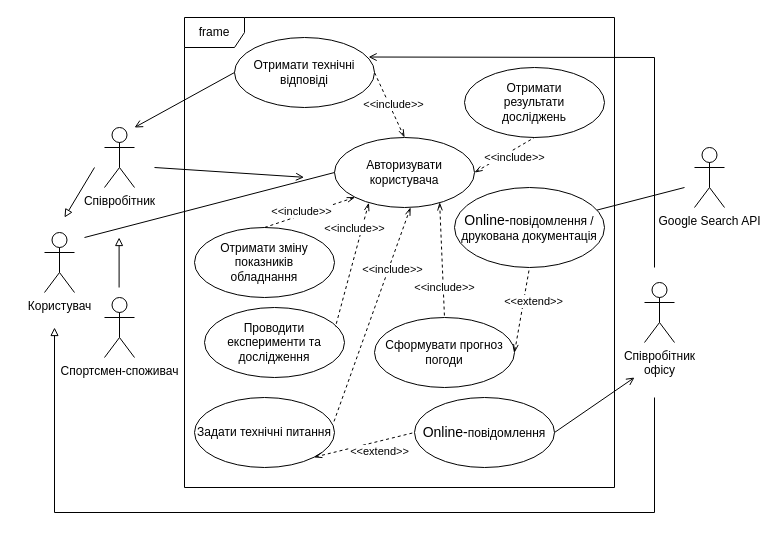
oleksandrblazhko/ai201-tsigankova keeps this draw.io diagram as 1-SoftwareRequirements/1.3-SoftwareUserRequirements/1.3.3-UseCaseDiagram/UserCase.drawio. Above is the earlier version. Source tidied: cells renumbered, new cells numbered last; positions are measured from the earlier drawing's top-left corner, leaving out a move shared by most shapes. Both pictures are drawn from the tidied source at 100%, with x=0, y=0 at pixel (44, 17).
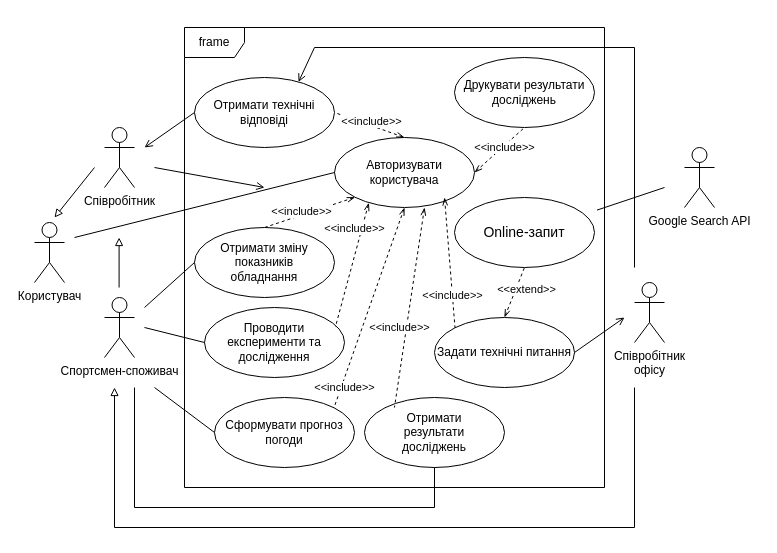
The same page after the edit.

Unchanged cells that the change refers to:
```xml
<mxCell id="5" value="Авторизувати&lt;br&gt;користувача" style="ellipse;whiteSpace=wrap;html=1;" parent="1" vertex="1">
  <mxGeometry x="290" y="120" width="140" height="70" as="geometry" />
</mxCell>
<mxCell id="10" value="Отримати зміну&lt;br&gt;показників&lt;br&gt;обладнання" style="ellipse;whiteSpace=wrap;html=1;" parent="1" vertex="1">
  <mxGeometry x="150" y="210" width="140" height="70" as="geometry" />
</mxCell>
<mxCell id="11" value="Проводити&lt;br&gt;експерименти та&lt;br&gt;дослідження" style="ellipse;whiteSpace=wrap;html=1;" parent="1" vertex="1">
  <mxGeometry x="160" y="290" width="140" height="70" as="geometry" />
</mxCell>
```

What changed in the source:
```diff
@@
     <mxCell id="2" value="frame" style="shape=umlFrame;whiteSpace=wrap;html=1;" parent="1" vertex="1">
-      <mxGeometry x="140" width="430" height="470" as="geometry" />
+      <mxGeometry x="140" y="10" width="420" height="460" as="geometry" />
     </mxCell>
-    <mxCell id="3" style="endArrow=open;shadow=0;strokeWidth=1;rounded=0;endFill=1;elbow=vertical;entryX=0.278;entryY=0.34;entryDx=0;entryDy=0;entryPerimeter=0;" parent="1" edge="1" target="2">
+    <mxCell id="3" style="endArrow=open;shadow=0;strokeWidth=1;rounded=0;endFill=1;elbow=vertical;" parent="1" edge="1">
       <mxGeometry x="0.5" y="41" relative="1" as="geometry">
         <mxPoint x="110" y="150" as="sourcePoint" />
+        <mxPoint x="220" y="170" as="targetPoint" />
         <mxPoint x="-40" y="32" as="offset" />
       </mxGeometry>
     </mxCell>
     <mxCell id="4" value="Співробітник&lt;br&gt;офісу" style="shape=umlActor;verticalLabelPosition=bottom;verticalAlign=top;html=1;" parent="1" vertex="1">
-      <mxGeometry x="600" y="265" width="30" height="60" as="geometry" />
+      <mxGeometry x="590" y="265" width="30" height="60" as="geometry" />
     </mxCell>
@@
     <mxCell id="6" value="Задати технічні питання" style="ellipse;whiteSpace=wrap;html=1;" parent="1" vertex="1">
-      <mxGeometry x="150" y="380" width="140" height="70" as="geometry" />
+      <mxGeometry x="390" y="300" width="140" height="70" as="geometry" />
     </mxCell>
@@
-    <mxCell id="8" style="endArrow=open;shadow=0;strokeWidth=1;rounded=0;endFill=1;elbow=vertical;exitX=1;exitY=0.5;exitDx=0;exitDy=0;" parent="1" edge="1" source="12">
+    <mxCell id="8" style="endArrow=open;shadow=0;strokeWidth=1;rounded=0;endFill=1;elbow=vertical;exitX=1;exitY=0.5;exitDx=0;exitDy=0;" parent="1" edge="1" source="6">
       <mxGeometry x="0.5" y="41" relative="1" as="geometry">
-        <mxPoint x="590" y="360" as="targetPoint" />
+        <mxPoint x="580" y="300" as="targetPoint" />
         <mxPoint x="-40" y="32" as="offset" />
       </mxGeometry>
     </mxCell>
@@
-    <mxCell id="12" value="&lt;span style=&quot;font-size: 14px;&quot;&gt;Online-&lt;/span&gt;повідомлення" style="ellipse;whiteSpace=wrap;html=1;" parent="1" vertex="1">
-      <mxGeometry x="370" y="380" width="140" height="70" as="geometry" />
+    <mxCell id="12" value="&lt;span style=&quot;font-size: 14px;&quot;&gt;Online-запит&lt;/span&gt;" style="ellipse;whiteSpace=wrap;html=1;" parent="1" vertex="1">
+      <mxGeometry x="410" y="180" width="140" height="70" as="geometry" />
     </mxCell>
@@
-    <mxCell id="15" value="&amp;lt;&amp;lt;include&amp;gt;&amp;gt;" style="endArrow=none;dashed=1;html=1;rounded=0;entryX=0.994;entryY=0.356;entryDx=0;entryDy=0;startArrow=openThin;startFill=0;exitX=0.543;exitY=0.999;exitDx=0;exitDy=0;exitPerimeter=0;entryPerimeter=0;" parent="1" edge="1" source="5" target="6">
-      <mxGeometry x="-0.44" y="4" relative="1" as="geometry" />
+    <mxCell id="15" value="&amp;lt;&amp;lt;include&amp;gt;&amp;gt;" style="endArrow=none;dashed=1;html=1;rounded=0;entryX=0;entryY=0;entryDx=0;entryDy=0;startArrow=openThin;startFill=0;exitX=0.786;exitY=0.857;exitDx=0;exitDy=0;exitPerimeter=0;" parent="1" edge="1" source="5" target="6">
+      <mxGeometry x="0.5" relative="1" as="geometry" />
     </mxCell>
     <mxCell id="16" value="Користувач" style="shape=umlActor;verticalLabelPosition=bottom;verticalAlign=top;html=1;" parent="1" vertex="1">
-      <mxGeometry y="215" width="30" height="60" as="geometry" />
+      <mxGeometry x="-10" y="205" width="30" height="60" as="geometry" />
     </mxCell>
     <mxCell id="17" value="Отримати технічні відповіді" style="ellipse;whiteSpace=wrap;html=1;" parent="1" vertex="1">
-      <mxGeometry x="190" y="20" width="140" height="70" as="geometry" />
+      <mxGeometry x="150" y="60" width="140" height="70" as="geometry" />
     </mxCell>
@@
     <mxCell id="19" style="endArrow=none;html=1;rounded=0;exitX=0;exitY=0.5;exitDx=0;exitDy=0;" parent="1" edge="1" source="5">
       <mxGeometry relative="1" as="geometry">
-        <mxPoint x="40" y="220" as="targetPoint" />
+        <mxPoint x="30" y="220" as="targetPoint" />
       </mxGeometry>
     </mxCell>
     <mxCell id="20" style="endArrow=open;shadow=0;strokeWidth=1;rounded=0;endFill=1;elbow=vertical;exitX=0;exitY=0.5;exitDx=0;exitDy=0;" parent="1" edge="1" source="17">
       <mxGeometry x="0.5" y="41" relative="1" as="geometry">
-        <mxPoint x="90" y="110" as="targetPoint" />
+        <mxPoint x="100" y="130" as="targetPoint" />
         <mxPoint x="-40" y="32" as="offset" />
       </mxGeometry>
     </mxCell>
     <mxCell id="21" style="endArrow=block;shadow=0;strokeWidth=1;rounded=0;endFill=0;elbow=vertical;" parent="1" edge="1">
       <mxGeometry x="0.5" y="41" relative="1" as="geometry">
         <mxPoint x="50" y="150" as="sourcePoint" />
-        <mxPoint x="20" y="200" as="targetPoint" />
+        <mxPoint x="10" y="200" as="targetPoint" />
         <mxPoint x="-40" y="32" as="offset" />
       </mxGeometry>
     </mxCell>
-    <mxCell id="22" style="endArrow=open;shadow=0;strokeWidth=1;rounded=0;endFill=1;elbow=vertical;entryX=0.958;entryY=0.279;entryDx=0;entryDy=0;entryPerimeter=0;" parent="1" edge="1" target="17">
+    <mxCell id="22" style="endArrow=open;shadow=0;strokeWidth=1;rounded=0;endFill=1;elbow=vertical;entryX=0.743;entryY=0.064;entryDx=0;entryDy=0;entryPerimeter=0;" parent="1" edge="1" target="17">
       <mxGeometry x="0.5" y="41" relative="1" as="geometry">
-        <mxPoint x="610" y="250" as="sourcePoint" />
+        <mxPoint x="590" y="250" as="sourcePoint" />
         <Array as="points">
-          <mxPoint x="610" y="40" />
+          <mxPoint x="590" y="30" />
+          <mxPoint x="270" y="30" />
         </Array>
         <mxPoint x="-40" y="32" as="offset" />
       </mxGeometry>
     </mxCell>
-    <mxCell id="23" value="&amp;lt;&amp;lt;extend&amp;gt;&amp;gt;" style="endArrow=none;dashed=1;html=1;rounded=0;startArrow=openThin;startFill=0;exitX=1;exitY=1;exitDx=0;exitDy=0;entryX=0;entryY=0.5;entryDx=0;entryDy=0;" parent="1" edge="1" source="6" target="12">
+    <mxCell id="23" value="&amp;lt;&amp;lt;extend&amp;gt;&amp;gt;" style="endArrow=none;dashed=1;html=1;rounded=0;startArrow=openThin;startFill=0;exitX=0.5;exitY=0;exitDx=0;exitDy=0;entryX=0.5;entryY=1;entryDx=0;entryDy=0;" parent="1" edge="1" source="6" target="12">
       <mxGeometry x="0.26" y="-10" relative="1" as="geometry" />
     </mxCell>
     <mxCell id="24" value="Сформувати прогноз погоди" style="ellipse;whiteSpace=wrap;html=1;" parent="1" vertex="1">
-      <mxGeometry x="330" y="300" width="140" height="70" as="geometry" />
+      <mxGeometry x="170" y="380" width="140" height="70" as="geometry" />
     </mxCell>
-    <mxCell id="25" value="&amp;lt;&amp;lt;include&amp;gt;&amp;gt;" style="endArrow=none;dashed=1;html=1;rounded=0;entryX=0.5;entryY=0;entryDx=0;entryDy=0;startArrow=openThin;startFill=0;exitX=0.751;exitY=0.927;exitDx=0;exitDy=0;exitPerimeter=0;" parent="1" edge="1" source="5" target="24">
-      <mxGeometry x="0.48" y="1" relative="1" as="geometry" />
+    <mxCell id="25" value="&amp;lt;&amp;lt;include&amp;gt;&amp;gt;" style="endArrow=none;dashed=1;html=1;rounded=0;entryX=1;entryY=0;entryDx=0;entryDy=0;startArrow=openThin;startFill=0;exitX=0.5;exitY=1;exitDx=0;exitDy=0;" parent="1" edge="1" source="5" target="24">
+      <mxGeometry x="0.79" y="3" relative="1" as="geometry" />
     </mxCell>
@@
     <mxCell id="27" style="endArrow=block;shadow=0;strokeWidth=1;rounded=0;endFill=0;elbow=vertical;" parent="1" edge="1">
       <mxGeometry x="0.5" y="41" relative="1" as="geometry">
-        <mxPoint x="610" y="380" as="sourcePoint" />
-        <mxPoint x="10" y="310" as="targetPoint" />
+        <mxPoint x="590" y="370" as="sourcePoint" />
+        <mxPoint x="70" y="370" as="targetPoint" />
         <Array as="points">
-          <mxPoint x="610" y="495" />
-          <mxPoint x="10" y="495" />
+          <mxPoint x="590" y="510" />
+          <mxPoint x="70" y="510" />
         </Array>
         <mxPoint x="-40" y="32" as="offset" />
       </mxGeometry>
     </mxCell>
-    <mxCell id="28" value="&lt;span style=&quot;font-size: 14px;&quot;&gt;Online-&lt;/span&gt;повідомлення /&lt;br&gt;друкована документація" style="ellipse;whiteSpace=wrap;html=1;" parent="1" vertex="1">
-      <mxGeometry x="410" y="170" width="150" height="80" as="geometry" />
-    </mxCell>
-    <mxCell id="29" value="&amp;lt;&amp;lt;extend&amp;gt;&amp;gt;" style="endArrow=none;dashed=1;html=1;rounded=0;startArrow=openThin;startFill=0;exitX=1;exitY=0.5;exitDx=0;exitDy=0;entryX=0.5;entryY=1;entryDx=0;entryDy=0;" parent="1" edge="1" source="24" target="28">
-      <mxGeometry x="0.26" y="-10" relative="1" as="geometry" />
-    </mxCell>
     <mxCell id="30" value="&lt;div style=&quot;text-align: left;&quot;&gt;Google Search API&lt;/div&gt;" style="shape=umlActor;verticalLabelPosition=bottom;verticalAlign=top;html=1;" parent="1" vertex="1">
-      <mxGeometry x="650" y="130" width="30" height="60" as="geometry" />
+      <mxGeometry x="640" y="130" width="30" height="60" as="geometry" />
     </mxCell>
     <mxCell id="31" value="Отримати&lt;br&gt;результати&lt;br&gt;досліджень" style="ellipse;whiteSpace=wrap;html=1;" parent="1" vertex="1">
-      <mxGeometry x="420" y="50" width="140" height="70" as="geometry" />
+      <mxGeometry x="320" y="380" width="140" height="70" as="geometry" />
     </mxCell>
-    <mxCell id="32" style="endArrow=none;html=1;rounded=0;" parent="1" edge="1" source="28">
+    <mxCell id="32" style="endArrow=none;html=1;rounded=0;" parent="1" edge="1">
       <mxGeometry relative="1" as="geometry">
-        <mxPoint x="640" y="170" as="targetPoint" />
+        <mxPoint x="552.5" y="192.6" as="sourcePoint" />
+        <mxPoint x="620" y="170" as="targetPoint" />
       </mxGeometry>
     </mxCell>
-    <mxCell id="33" value="&amp;lt;&amp;lt;include&amp;gt;&amp;gt;" style="endArrow=none;dashed=1;html=1;rounded=0;entryX=0.5;entryY=1;entryDx=0;entryDy=0;startArrow=openThin;startFill=0;exitX=1;exitY=0.5;exitDx=0;exitDy=0;" parent="1" edge="1" source="5" target="31">
-      <mxGeometry x="0.21" y="-7" relative="1" as="geometry" />
+    <mxCell id="33" value="&amp;lt;&amp;lt;include&amp;gt;&amp;gt;" style="endArrow=none;dashed=1;html=1;rounded=0;entryX=0.214;entryY=0.143;entryDx=0;entryDy=0;startArrow=openThin;startFill=0;entryPerimeter=0;" parent="1" edge="1" target="31">
+      <mxGeometry x="0.21" y="-7" relative="1" as="geometry">
+        <mxPoint x="380" y="190" as="sourcePoint" />
+      </mxGeometry>
     </mxCell>
+    <mxCell id="34" style="endArrow=none;html=1;rounded=0;entryX=0;entryY=0.5;entryDx=0;entryDy=0;" parent="1" edge="1" target="10">
+      <mxGeometry relative="1" as="geometry">
+        <mxPoint x="100" y="290" as="sourcePoint" />
+      </mxGeometry>
+    </mxCell>
+    <mxCell id="35" style="endArrow=none;html=1;rounded=0;entryX=0;entryY=0.5;entryDx=0;entryDy=0;" parent="1" edge="1" target="11">
+      <mxGeometry relative="1" as="geometry">
+        <mxPoint x="100" y="310" as="sourcePoint" />
+      </mxGeometry>
+    </mxCell>
+    <mxCell id="36" style="endArrow=none;html=1;rounded=0;entryX=0;entryY=0.5;entryDx=0;entryDy=0;" parent="1" edge="1" target="24">
+      <mxGeometry relative="1" as="geometry">
+        <mxPoint x="110" y="370" as="sourcePoint" />
+      </mxGeometry>
+    </mxCell>
+    <mxCell id="37" style="endArrow=none;html=1;rounded=0;entryX=0.5;entryY=1;entryDx=0;entryDy=0;" parent="1" edge="1" target="31">
+      <mxGeometry relative="1" as="geometry">
+        <mxPoint x="90" y="370" as="sourcePoint" />
+        <Array as="points">
+          <mxPoint x="90" y="490" />
+          <mxPoint x="390" y="490" />
+        </Array>
+      </mxGeometry>
+    </mxCell>
+    <mxCell id="38" value="Друкувати результати досліджень" style="ellipse;whiteSpace=wrap;html=1;" parent="1" vertex="1">
+      <mxGeometry x="410" y="40" width="140" height="70" as="geometry" />
+    </mxCell>
+    <mxCell id="39" value="&amp;lt;&amp;lt;include&amp;gt;&amp;gt;" style="endArrow=none;dashed=1;html=1;rounded=0;entryX=0.5;entryY=1;entryDx=0;entryDy=0;startArrow=openThin;startFill=0;exitX=1;exitY=0.5;exitDx=0;exitDy=0;" parent="1" edge="1" source="5" target="38">
+      <mxGeometry x="0.16" y="-1" relative="1" as="geometry" />
+    </mxCell>
```
